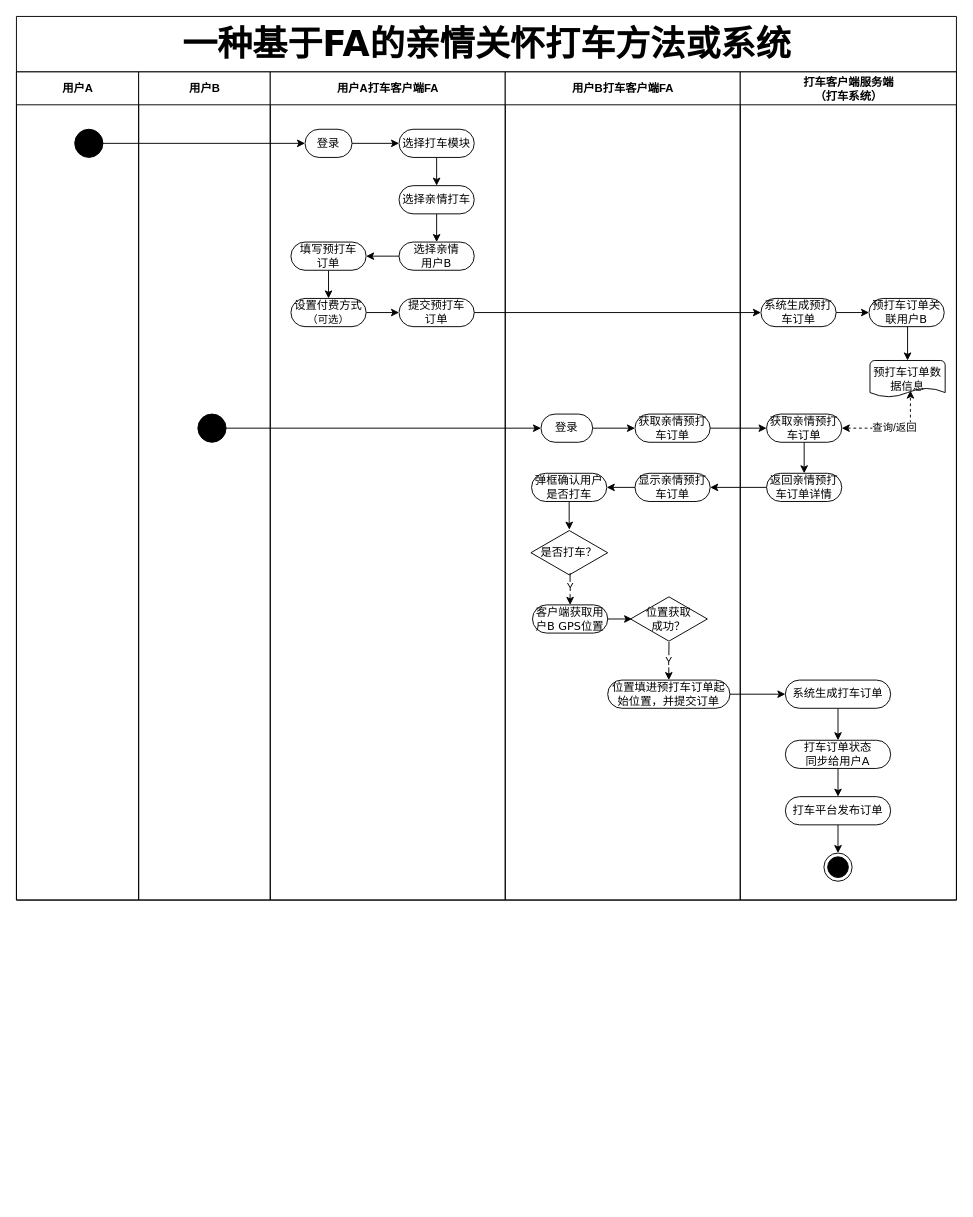
Above: draw/情亲互助打车.drawio in befairyliu/draw.io (draw.io), before the change. Source tidied: cells renumbered, new cells numbered last; positions are measured from the earlier drawing's top-left corner, leaving out a move shared by most shapes. Both pictures are drawn from the tidied source at 94%, with x=0, y=0 at pixel (16, 16).
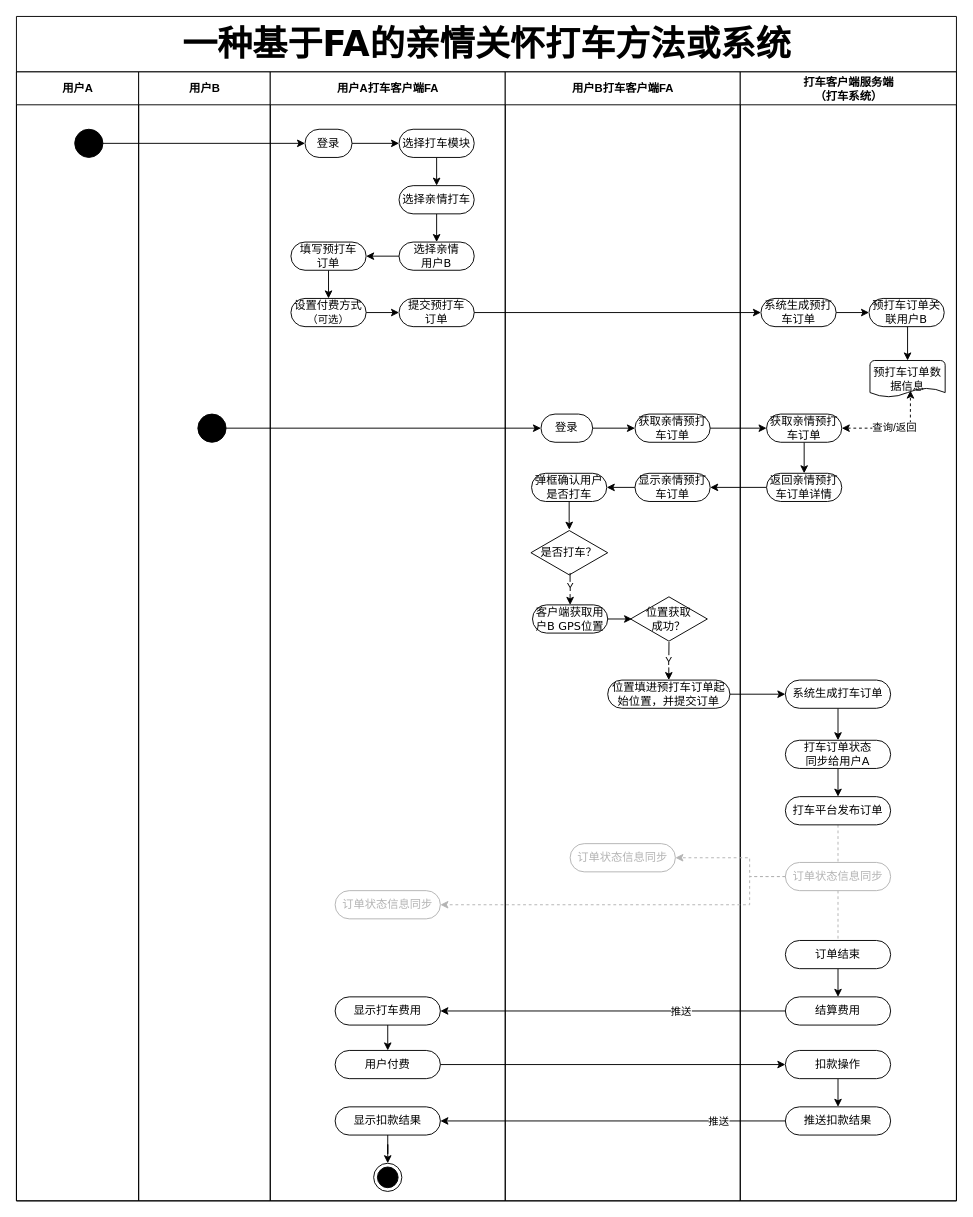
After the change.

Commit message:
Update 情亲互助打车.drawio

The change refers to these unchanged cells:
```xml
<mxCell id="52" value="打车平台发布订单" style="rounded=1;whiteSpace=wrap;html=1;shadow=0;comic=0;labelBackgroundColor=none;strokeWidth=1;fontFamily=Verdana;fontSize=12;align=center;arcSize=50;" parent="43" vertex="1">
  <mxGeometry x="48" y="771" width="112" height="30" as="geometry" />
</mxCell>
```

Diff of the diagram source:
```diff
@@
-    <mxCell id="2" value="&lt;p style=&quot;margin-top: 0pt ; margin-bottom: 0pt ; direction: ltr ; unicode-bidi: embed ; vertical-align: baseline&quot;&gt;&lt;span style=&quot;font-size: 28pt&quot;&gt;一种基于&lt;/span&gt;&lt;span style=&quot;font-size: 28pt&quot;&gt;FA&lt;/span&gt;&lt;span style=&quot;font-size: 28pt&quot;&gt;的亲情关怀打车方法或系统&lt;/span&gt;&lt;/p&gt;" style="swimlane;html=1;startSize=59;rounded=0;shadow=0;comic=0;labelBackgroundColor=none;strokeWidth=1;fontFamily=Verdana;fontSize=12;align=center;" parent="1" vertex="1">
-      <mxGeometry width="1000" height="940" as="geometry" />
+    <mxCell id="2" value="&lt;p style=&quot;margin-top: 0pt ; margin-bottom: 0pt ; direction: ltr ; unicode-bidi: embed ; vertical-align: baseline&quot;&gt;&lt;span style=&quot;font-size: 28pt&quot;&gt;一种基于&lt;/span&gt;&lt;span style=&quot;font-size: 28pt&quot;&gt;FA&lt;/span&gt;&lt;span style=&quot;font-size: 28pt&quot;&gt;的亲情关怀打车方法或系统&lt;/span&gt;&lt;/p&gt;" style="swimlane;html=1;startSize=59;rounded=0;shadow=0;comic=0;labelBackgroundColor=none;strokeWidth=1;fontFamily=Verdana;fontSize=12;align=center;strokeColor=#000000;" parent="1" vertex="1">
+      <mxGeometry width="1000" height="1260" as="geometry" />
     </mxCell>
-    <mxCell id="3" value="用户A" style="swimlane;html=1;startSize=35;" parent="2" vertex="1">
-      <mxGeometry y="59" width="130" height="881" as="geometry" />
+    <mxCell id="3" value="用户A" style="swimlane;html=1;startSize=35;strokeColor=#000000;" parent="2" vertex="1">
+      <mxGeometry y="59" width="130" height="1201" as="geometry" />
     </mxCell>
@@
     <mxCell id="5" value="用户B" style="swimlane;html=1;startSize=35;" parent="2" vertex="1">
-      <mxGeometry x="130" y="59" width="140" height="881" as="geometry" />
+      <mxGeometry x="130" y="59" width="140" height="1201" as="geometry" />
     </mxCell>
@@
-    <mxCell id="7" value="用户A打车客户端FA" style="swimlane;html=1;startSize=35;" parent="2" vertex="1">
-      <mxGeometry x="270" y="59" width="250" height="881" as="geometry" />
+    <mxCell id="7" value="用户A打车客户端FA" style="swimlane;html=1;startSize=35;strokeColor=#000000;" parent="2" vertex="1">
+      <mxGeometry x="270" y="59" width="250" height="1201" as="geometry" />
     </mxCell>
@@
+    <mxCell id="60" style="edgeStyle=orthogonalEdgeStyle;rounded=0;jettySize=auto;html=1;exitX=0.5;exitY=1;exitDx=0;exitDy=0;entryX=0.5;entryY=0;entryDx=0;entryDy=0;endArrow=classic;endFill=1;strokeColor=#000000;fontColor=#B3B3B3;" parent="7" edge="1" source="61" target="63">
+      <mxGeometry relative="1" as="geometry" />
+    </mxCell>
+    <mxCell id="61" value="显示打车费用" style="rounded=1;whiteSpace=wrap;html=1;shadow=0;comic=0;labelBackgroundColor=none;strokeWidth=1;fontFamily=Verdana;fontSize=12;align=center;arcSize=50;" parent="7" vertex="1">
+      <mxGeometry x="69" y="984" width="112" height="30" as="geometry" />
+    </mxCell>
+    <mxCell id="62" value="订单状态信息同步" style="rounded=1;whiteSpace=wrap;html=1;shadow=0;comic=0;labelBackgroundColor=none;strokeWidth=1;fontFamily=Verdana;fontSize=12;align=center;arcSize=50;strokeColor=#B3B3B3;fontColor=#B3B3B3;" parent="7" vertex="1">
+      <mxGeometry x="69" y="871" width="112" height="30" as="geometry" />
+    </mxCell>
+    <mxCell id="63" value="用户付费" style="rounded=1;whiteSpace=wrap;html=1;shadow=0;comic=0;labelBackgroundColor=none;strokeWidth=1;fontFamily=Verdana;fontSize=12;align=center;arcSize=50;" parent="7" vertex="1">
+      <mxGeometry x="69" y="1041" width="112" height="30" as="geometry" />
+    </mxCell>
+    <mxCell id="64" style="edgeStyle=orthogonalEdgeStyle;rounded=0;jettySize=auto;html=1;exitX=0.5;exitY=1;exitDx=0;exitDy=0;endArrow=classic;endFill=1;strokeColor=#000000;fontColor=#B3B3B3;" parent="7" edge="1" source="65" target="48">
+      <mxGeometry relative="1" as="geometry" />
+    </mxCell>
+    <mxCell id="65" value="显示扣款结果" style="rounded=1;whiteSpace=wrap;html=1;shadow=0;comic=0;labelBackgroundColor=none;strokeWidth=1;fontFamily=Verdana;fontSize=12;align=center;arcSize=50;" parent="7" vertex="1">
+      <mxGeometry x="69" y="1101" width="112" height="30" as="geometry" />
+    </mxCell>
+    <mxCell id="48" style="ellipse;html=1;shape=endState;fillColor=#000000;strokeColor=#000000;fontColor=#000000;" parent="7" vertex="1">
+      <mxGeometry x="110" y="1161" width="30" height="30" as="geometry" />
+    </mxCell>
@@
     <mxCell id="23" value="用户B打车客户端FA" style="swimlane;html=1;startSize=35;" parent="2" vertex="1">
-      <mxGeometry x="520" y="59" width="250" height="881" as="geometry" />
+      <mxGeometry x="520" y="59" width="250" height="1201" as="geometry" />
     </mxCell>
@@
+    <mxCell id="66" value="订单状态信息同步" style="rounded=1;whiteSpace=wrap;html=1;shadow=0;comic=0;labelBackgroundColor=none;strokeWidth=1;fontFamily=Verdana;fontSize=12;align=center;arcSize=50;strokeColor=#B3B3B3;fontColor=#B3B3B3;" parent="23" vertex="1">
+      <mxGeometry x="69" y="821" width="112" height="30" as="geometry" />
+    </mxCell>
@@
-    <mxCell id="43" value="打车客户端服务端&lt;br&gt;（打车系统）" style="swimlane;html=1;startSize=35;" parent="2" vertex="1">
-      <mxGeometry x="770" y="59" width="230" height="881" as="geometry" />
+    <mxCell id="43" value="打车客户端服务端&lt;br&gt;（打车系统）" style="swimlane;html=1;startSize=35;strokeColor=#000000;" parent="2" vertex="1">
+      <mxGeometry x="770" y="59" width="230" height="1201" as="geometry" />
     </mxCell>
@@
-    <mxCell id="48" style="ellipse;html=1;shape=endState;fillColor=#000000;strokeColor=#000000;fontColor=#000000;" parent="43" vertex="1">
-      <mxGeometry x="89" y="831" width="30" height="30" as="geometry" />
-    </mxCell>
@@
-    <mxCell id="51" style="edgeStyle=orthogonalEdgeStyle;rounded=0;jettySize=auto;html=1;exitX=0.5;exitY=1;exitDx=0;exitDy=0;entryX=0.5;entryY=0;entryDx=0;entryDy=0;startArrow=none;startFill=0;endArrow=classic;endFill=1;strokeColor=#000000;fontColor=#000000;" parent="43" edge="1" source="52" target="48">
-      <mxGeometry relative="1" as="geometry" />
-    </mxCell>
+    <mxCell id="67" style="edgeStyle=orthogonalEdgeStyle;rounded=0;jettySize=auto;html=1;exitX=0.5;exitY=1;exitDx=0;exitDy=0;entryX=0.5;entryY=0;entryDx=0;entryDy=0;endArrow=none;endFill=0;strokeColor=#B3B3B3;dashed=1;" parent="43" edge="1" source="52" target="72">
+      <mxGeometry relative="1" as="geometry" />
+    </mxCell>
@@
+    <mxCell id="68" style="edgeStyle=orthogonalEdgeStyle;rounded=0;jettySize=auto;html=1;exitX=0.5;exitY=1;exitDx=0;exitDy=0;entryX=0.5;entryY=0;entryDx=0;entryDy=0;endArrow=classic;endFill=1;strokeColor=#000000;" parent="43" edge="1" source="69" target="70">
+      <mxGeometry relative="1" as="geometry" />
+    </mxCell>
+    <mxCell id="69" value="订单结束" style="rounded=1;whiteSpace=wrap;html=1;shadow=0;comic=0;labelBackgroundColor=none;strokeWidth=1;fontFamily=Verdana;fontSize=12;align=center;arcSize=50;" parent="43" vertex="1">
+      <mxGeometry x="48" y="924" width="112" height="30" as="geometry" />
+    </mxCell>
+    <mxCell id="70" value="结算费用" style="rounded=1;whiteSpace=wrap;html=1;shadow=0;comic=0;labelBackgroundColor=none;strokeWidth=1;fontFamily=Verdana;fontSize=12;align=center;arcSize=50;" parent="43" vertex="1">
+      <mxGeometry x="48" y="984" width="112" height="30" as="geometry" />
+    </mxCell>
+    <mxCell id="71" style="edgeStyle=orthogonalEdgeStyle;rounded=0;jettySize=auto;html=1;exitX=0.5;exitY=1;exitDx=0;exitDy=0;endArrow=none;endFill=0;strokeColor=#B3B3B3;dashed=1;" parent="43" edge="1" source="72" target="69">
+      <mxGeometry relative="1" as="geometry" />
+    </mxCell>
+    <mxCell id="72" value="&lt;font color=&quot;#b3b3b3&quot;&gt;订单状态信息同步&lt;/font&gt;" style="rounded=1;whiteSpace=wrap;html=1;shadow=0;comic=0;labelBackgroundColor=none;strokeWidth=1;fontFamily=Verdana;fontSize=12;align=center;arcSize=50;strokeColor=#B3B3B3;" parent="43" vertex="1">
+      <mxGeometry x="48" y="841" width="112" height="30" as="geometry" />
+    </mxCell>
+    <mxCell id="73" style="edgeStyle=orthogonalEdgeStyle;rounded=0;jettySize=auto;html=1;exitX=0.5;exitY=1;exitDx=0;exitDy=0;entryX=0.5;entryY=0;entryDx=0;entryDy=0;endArrow=classic;endFill=1;strokeColor=#000000;fontColor=#B3B3B3;" parent="43" edge="1" source="74" target="75">
+      <mxGeometry relative="1" as="geometry" />
+    </mxCell>
+    <mxCell id="74" value="扣款操作" style="rounded=1;whiteSpace=wrap;html=1;shadow=0;comic=0;labelBackgroundColor=none;strokeWidth=1;fontFamily=Verdana;fontSize=12;align=center;arcSize=50;" parent="43" vertex="1">
+      <mxGeometry x="48" y="1041" width="112" height="30" as="geometry" />
+    </mxCell>
+    <mxCell id="75" value="推送扣款结果" style="rounded=1;whiteSpace=wrap;html=1;shadow=0;comic=0;labelBackgroundColor=none;strokeWidth=1;fontFamily=Verdana;fontSize=12;align=center;arcSize=50;" parent="43" vertex="1">
+      <mxGeometry x="48" y="1101" width="112" height="30" as="geometry" />
+    </mxCell>
@@
+    <mxCell id="76" style="edgeStyle=orthogonalEdgeStyle;rounded=0;jettySize=auto;html=1;exitX=0;exitY=0.5;exitDx=0;exitDy=0;entryX=1;entryY=0.5;entryDx=0;entryDy=0;endArrow=classic;endFill=1;strokeColor=#000000;" parent="2" edge="1" source="70" target="61">
+      <mxGeometry relative="1" as="geometry" />
+    </mxCell>
+    <mxCell id="77" value="推送" style="edgeLabel;html=1;align=center;verticalAlign=middle;" parent="76" vertex="1">
+      <mxGeometry x="-0.39" relative="1" as="geometry" />
+    </mxCell>
+    <mxCell id="78" style="edgeStyle=orthogonalEdgeStyle;rounded=0;jettySize=auto;html=1;exitX=0;exitY=0.5;exitDx=0;exitDy=0;entryX=1;entryY=0.5;entryDx=0;entryDy=0;dashed=1;endArrow=classic;endFill=1;strokeColor=#B3B3B3;fontColor=#B3B3B3;" parent="2" edge="1" source="72" target="66">
+      <mxGeometry relative="1" as="geometry">
+        <Array as="points">
+          <mxPoint x="780" y="915" />
+          <mxPoint x="780" y="895" />
+        </Array>
+      </mxGeometry>
+    </mxCell>
+    <mxCell id="79" style="edgeStyle=orthogonalEdgeStyle;rounded=0;jettySize=auto;html=1;exitX=0;exitY=0.5;exitDx=0;exitDy=0;entryX=1;entryY=0.5;entryDx=0;entryDy=0;dashed=1;endArrow=classic;endFill=1;strokeColor=#B3B3B3;fontColor=#B3B3B3;" parent="2" edge="1" source="72" target="62">
+      <mxGeometry relative="1" as="geometry">
+        <Array as="points">
+          <mxPoint x="780" y="915" />
+          <mxPoint x="780" y="945" />
+        </Array>
+      </mxGeometry>
+    </mxCell>
+    <mxCell id="80" style="edgeStyle=orthogonalEdgeStyle;rounded=0;jettySize=auto;html=1;exitX=1;exitY=0.5;exitDx=0;exitDy=0;endArrow=classic;endFill=1;strokeColor=#000000;fontColor=#B3B3B3;" parent="2" edge="1" source="63" target="74">
+      <mxGeometry relative="1" as="geometry" />
+    </mxCell>
+    <mxCell id="81" style="edgeStyle=orthogonalEdgeStyle;rounded=0;jettySize=auto;html=1;exitX=0;exitY=0.5;exitDx=0;exitDy=0;entryX=1;entryY=0.5;entryDx=0;entryDy=0;endArrow=classic;endFill=1;strokeColor=#000000;fontColor=#B3B3B3;" parent="2" edge="1" source="75" target="65">
+      <mxGeometry x="-0.03" relative="1" as="geometry" />
+    </mxCell>
+    <mxCell id="82" value="&lt;font color=&quot;#000000&quot;&gt;推送&lt;/font&gt;" style="edgeLabel;html=1;align=center;verticalAlign=middle;fontColor=#B3B3B3;" parent="81" vertex="1">
+      <mxGeometry x="-0.61" relative="1" as="geometry" />
+    </mxCell>
```
